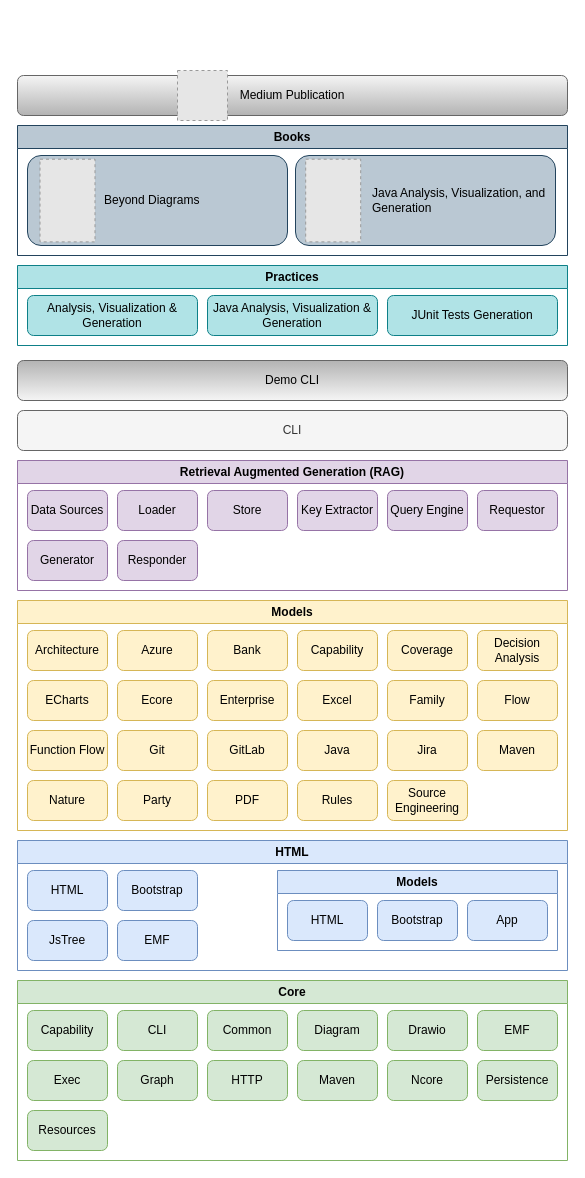
The draw.io diagram model/nasdanika.drawio in Nasdanika/nasdanika.github.io, before the edit. Source tidied: cells renumbered, new cells numbered last; positions are measured from the earlier drawing's top-left corner, leaving out a move shared by most shapes. Both pictures are drawn from the tidied source at 100%, with x=0, y=0 at pixel (17, 70). Pictures stored in the file or linked from it are replaced by grey dashed boxes.
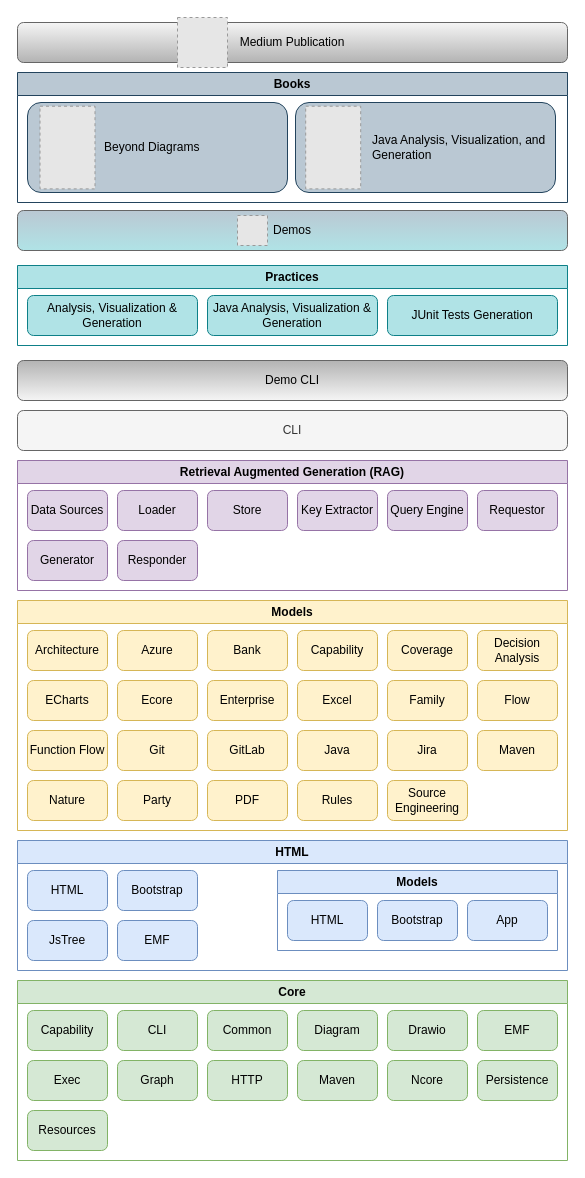
The same page after the edit.

The edit, as a diff of the source:
```diff
@@
     <mxCell id="62" value="Books" style="swimlane;whiteSpace=wrap;html=1;fillColor=#bac8d3;strokeColor=#23445d;" parent="1" vertex="1">
-      <mxGeometry y="55" width="550" height="130" as="geometry" />
+      <mxGeometry y="2" width="550" height="130" as="geometry" />
     </mxCell>
@@
     <mxCell id="68" value="Medium Publication" style="rounded=1;whiteSpace=wrap;html=1;fillColor=#f5f5f5;strokeColor=#666666;gradientColor=#b3b3b3;" parent="1" vertex="1">
-      <mxGeometry y="5" width="550" height="40" as="geometry" />
+      <mxGeometry y="-48" width="550" height="40" as="geometry" />
     </mxCell>
     <mxCell id="69" style="fillColor=#E6E6E6;strokeColor=#999999;dashed=1;verticalLabelPosition=bottom;labelBackgroundColor=default;verticalAlign=top;" parent="1" vertex="1">
-      <mxGeometry x="160" width="50" height="50" as="geometry" />
+      <mxGeometry x="160" y="-53" width="50" height="50" as="geometry" />
     </mxCell>
@@
+    <mxCell id="71" value="Demos" style="rounded=1;whiteSpace=wrap;html=1;fillColor=#b0e3e6;strokeColor=#666666;gradientColor=#bac8d3;gradientDirection=north;" parent="1" vertex="1">
+      <mxGeometry y="140" width="550" height="40" as="geometry" />
+    </mxCell>
+    <mxCell id="72" style="fillColor=#E6E6E6;strokeColor=#999999;dashed=1;verticalLabelPosition=bottom;labelBackgroundColor=default;verticalAlign=top;" parent="1" vertex="1">
+      <mxGeometry x="220" y="145" width="30" height="30" as="geometry" />
+    </mxCell>
```
